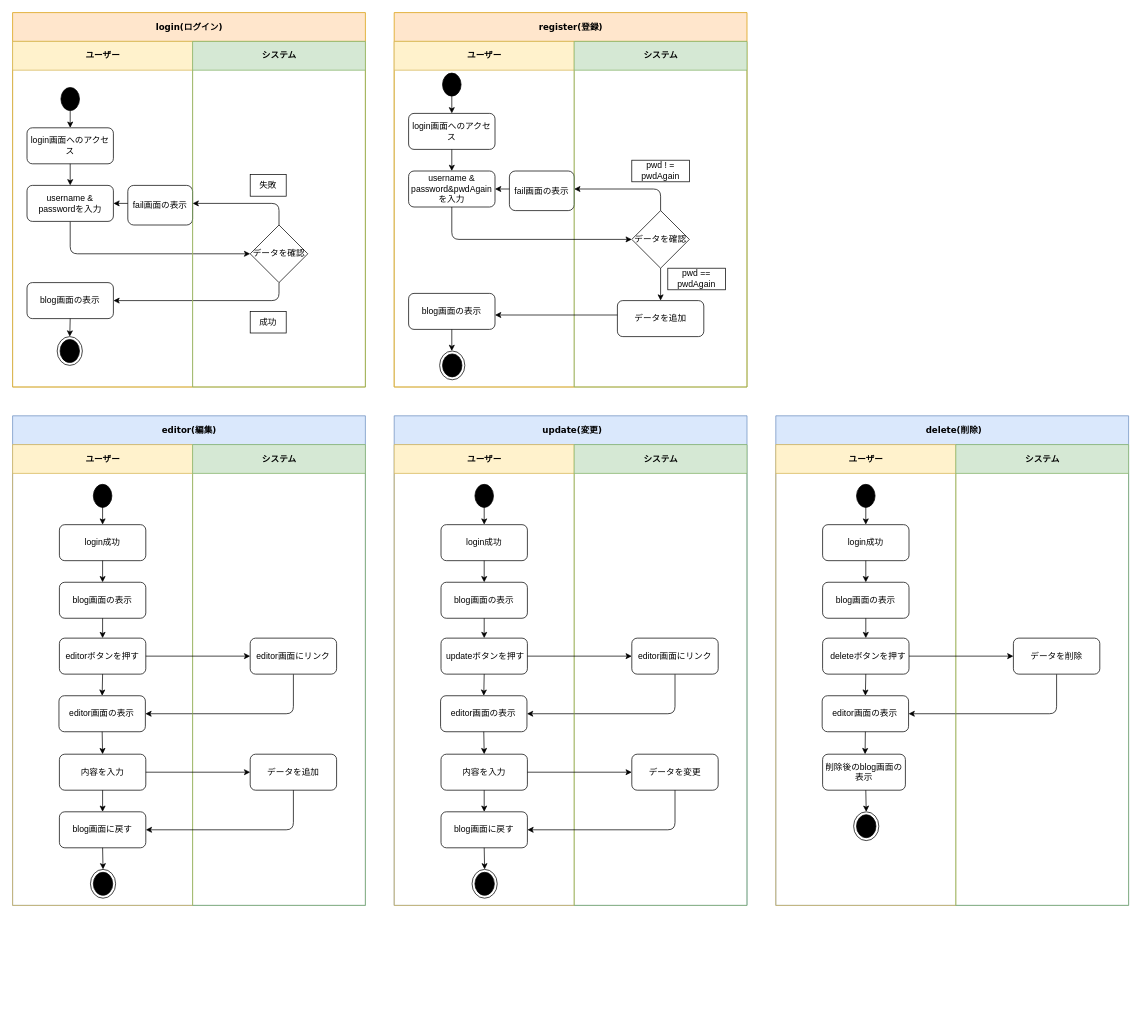
This is page "Page-1" (1 of 2) of activity.drawio from liutianqiltq/liutianqiblog, a draw.io file, before an edit. Source tidied: cells renumbered, new cells numbered last; positions are measured from the earlier drawing's top-left corner, leaving out a move shared by most shapes. Both pictures are drawn from the tidied source at 72%, with x=0, y=0 at pixel (12, 12).
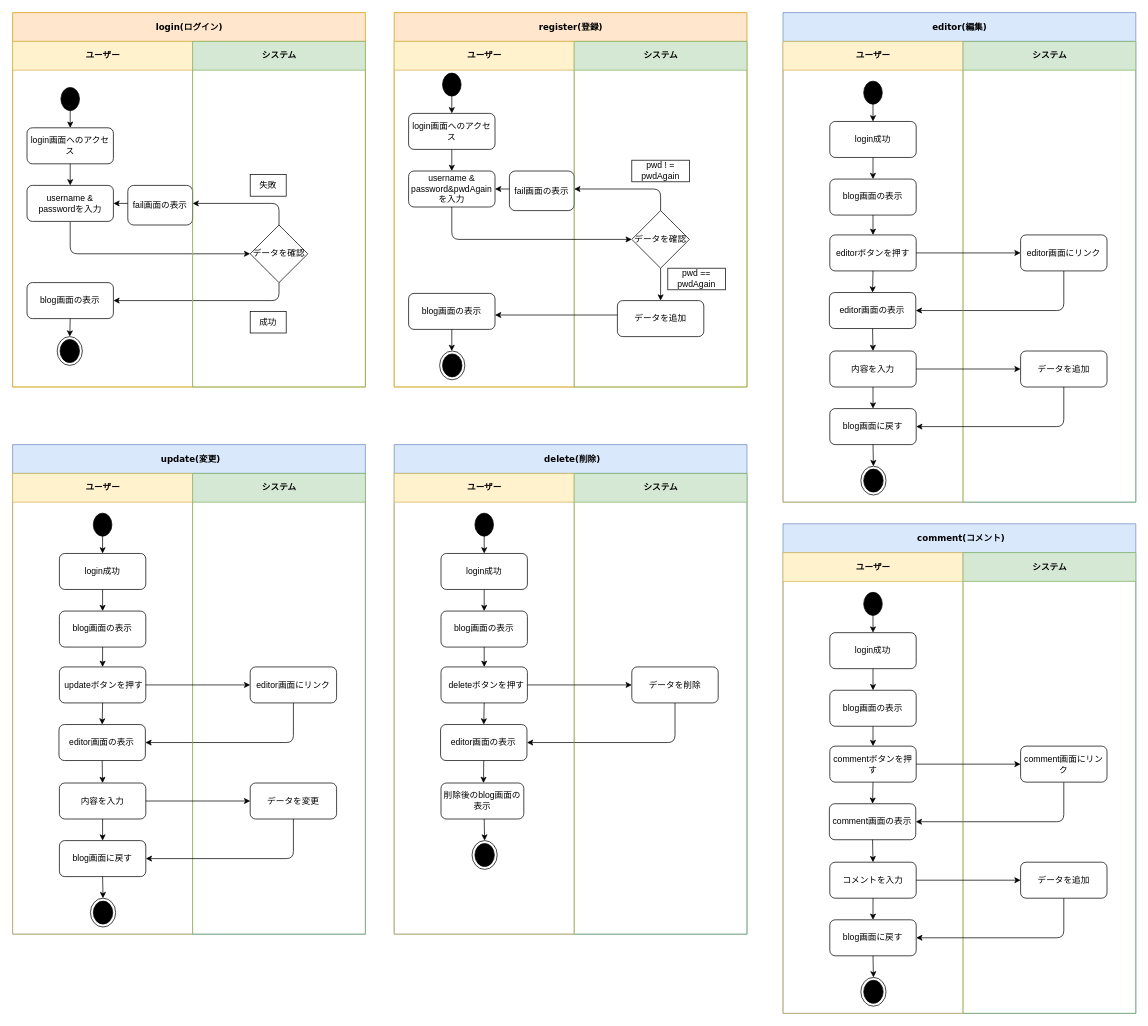
Above is the later version.

Unchanged cells that the change refers to:
```xml
<mxCell id="28" value="editorボタンを押す" style="rounded=1;whiteSpace=wrap;html=1;sketch=0;" parent="22" vertex="1">
  <mxGeometry x="65" y="268.8" width="120" height="50" as="geometry" />
</mxCell>
<mxCell id="33" value="内容を入力" style="rounded=1;whiteSpace=wrap;html=1;sketch=0;" parent="22" vertex="1">
  <mxGeometry x="65" y="430" width="120" height="50" as="geometry" />
</mxCell>
<mxCell id="52" value="&amp;nbsp;updateボタンを押す" style="rounded=1;whiteSpace=wrap;html=1;sketch=0;" parent="46" vertex="1">
  <mxGeometry x="65" y="268.8" width="120" height="50" as="geometry" />
</mxCell>
<mxCell id="57" value="内容を入力" style="rounded=1;whiteSpace=wrap;html=1;sketch=0;" parent="46" vertex="1">
  <mxGeometry x="65" y="430" width="120" height="50" as="geometry" />
</mxCell>
<mxCell id="76" value="&amp;nbsp; deleteボタンを押す" style="rounded=1;whiteSpace=wrap;html=1;sketch=0;" parent="70" vertex="1">
  <mxGeometry x="65" y="268.8" width="120" height="50" as="geometry" />
</mxCell>
```

What changed in the source:
```diff
@@
     <mxCell id="21" value="editor(編集)" style="swimlane;html=1;startSize=40;rounded=0;shadow=0;comic=0;labelBackgroundColor=none;strokeWidth=1;fontFamily=Verdana;fontSize=12;align=center;fillColor=#dae8fc;strokeColor=#6c8ebf;" parent="1" vertex="1">
-      <mxGeometry y="560" width="490" height="680" as="geometry" />
+      <mxGeometry x="1070" width="490" height="680" as="geometry" />
     </mxCell>
@@
     <mxCell id="43" style="endArrow=classic;html=1;rounded=1;sketch=0;strokeColor=#000000;curved=0;exitX=1;exitY=0.5;exitDx=0;exitDy=0;" parent="1" edge="1" source="28">
       <mxGeometry relative="1" as="geometry">
-        <mxPoint x="330" y="893.8" as="targetPoint" />
+        <mxPoint x="1400" y="333.8" as="targetPoint" />
       </mxGeometry>
     </mxCell>
     <mxCell id="44" style="endArrow=classic;html=1;rounded=1;sketch=0;strokeColor=#000000;curved=0;exitX=1;exitY=0.5;exitDx=0;exitDy=0;" parent="1" edge="1" source="33">
       <mxGeometry relative="1" as="geometry">
-        <mxPoint x="330" y="1055" as="targetPoint" />
+        <mxPoint x="1400" y="495" as="targetPoint" />
       </mxGeometry>
     </mxCell>
     <mxCell id="45" value="&amp;nbsp;update(変更)" style="swimlane;html=1;startSize=40;rounded=0;shadow=0;comic=0;labelBackgroundColor=none;strokeWidth=1;fontFamily=Verdana;fontSize=12;align=center;fillColor=#dae8fc;strokeColor=#6c8ebf;" parent="1" vertex="1">
-      <mxGeometry x="530" y="560" width="490" height="680" as="geometry" />
+      <mxGeometry y="600" width="490" height="680" as="geometry" />
     </mxCell>
@@
     <mxCell id="67" style="endArrow=classic;html=1;rounded=1;sketch=0;strokeColor=#000000;curved=0;exitX=1;exitY=0.5;exitDx=0;exitDy=0;" parent="1" edge="1" source="52">
       <mxGeometry relative="1" as="geometry">
-        <mxPoint x="860" y="893.8" as="targetPoint" />
+        <mxPoint x="330" y="933.8" as="targetPoint" />
       </mxGeometry>
     </mxCell>
     <mxCell id="68" style="endArrow=classic;html=1;rounded=1;sketch=0;strokeColor=#000000;curved=0;exitX=1;exitY=0.5;exitDx=0;exitDy=0;" parent="1" edge="1" source="57">
       <mxGeometry relative="1" as="geometry">
-        <mxPoint x="860" y="1055" as="targetPoint" />
+        <mxPoint x="330" y="1095" as="targetPoint" />
       </mxGeometry>
     </mxCell>
     <mxCell id="69" value="&amp;nbsp;delete(削除)" style="swimlane;html=1;startSize=40;rounded=0;shadow=0;comic=0;labelBackgroundColor=none;strokeWidth=1;fontFamily=Verdana;fontSize=12;align=center;fillColor=#dae8fc;strokeColor=#6c8ebf;" parent="1" vertex="1">
-      <mxGeometry x="1060" y="560" width="490" height="680" as="geometry" />
+      <mxGeometry x="530" y="600" width="490" height="680" as="geometry" />
     </mxCell>
@@
     <mxCell id="87" style="endArrow=classic;html=1;rounded=1;sketch=0;strokeColor=#000000;curved=0;exitX=1;exitY=0.5;exitDx=0;exitDy=0;" parent="1" edge="1" source="76">
       <mxGeometry relative="1" as="geometry">
-        <mxPoint x="1390" y="893.8" as="targetPoint" />
+        <mxPoint x="860" y="933.8" as="targetPoint" />
       </mxGeometry>
     </mxCell>
@@
+    <mxCell id="109" value="&amp;nbsp;comment(コメント)" style="swimlane;html=1;startSize=40;rounded=0;shadow=0;comic=0;labelBackgroundColor=none;strokeWidth=1;fontFamily=Verdana;fontSize=12;align=center;fillColor=#dae8fc;strokeColor=#6c8ebf;" parent="1" vertex="1">
+      <mxGeometry x="1070" y="710" width="490" height="680" as="geometry" />
+    </mxCell>
+    <mxCell id="110" value="ユーザー" style="swimlane;html=1;startSize=40;fillColor=#fff2cc;strokeColor=#d6b656;" parent="109" vertex="1">
+      <mxGeometry y="40" width="250" height="640" as="geometry" />
+    </mxCell>
+    <mxCell id="111" value="login成功" style="rounded=1;whiteSpace=wrap;html=1;sketch=0;" parent="110" vertex="1">
+      <mxGeometry x="65" y="111.2" width="120" height="50" as="geometry" />
+    </mxCell>
+    <mxCell id="112" style="ellipse;html=1;shape=startState;fillColor=#000000;strokeColor=#000000;rounded=0;sketch=0;" parent="110" vertex="1">
+      <mxGeometry x="108.1" y="51.2" width="33.8" height="40" as="geometry" />
+    </mxCell>
+    <mxCell id="113" style="endArrow=classic;html=1;rounded=1;sketch=0;strokeColor=#000000;curved=0;" parent="110" edge="1">
+      <mxGeometry relative="1" as="geometry">
+        <mxPoint x="125" y="81.2" as="sourcePoint" />
+        <mxPoint x="125" y="111.2" as="targetPoint" />
+      </mxGeometry>
+    </mxCell>
+    <mxCell id="114" style="endArrow=classic;html=1;rounded=1;sketch=0;strokeColor=#000000;curved=0;exitX=0.5;exitY=1;exitDx=0;exitDy=0;" parent="110" edge="1" source="111">
+      <mxGeometry relative="1" as="geometry">
+        <mxPoint x="125" y="191.2" as="targetPoint" />
+      </mxGeometry>
+    </mxCell>
+    <mxCell id="115" value="blog画面の表示" style="rounded=1;whiteSpace=wrap;html=1;sketch=0;" parent="110" vertex="1">
+      <mxGeometry x="65" y="191.2" width="120" height="50" as="geometry" />
+    </mxCell>
+    <mxCell id="116" value="commentボタンを押す" style="rounded=1;whiteSpace=wrap;html=1;sketch=0;" parent="110" vertex="1">
+      <mxGeometry x="65" y="268.8" width="120" height="50" as="geometry" />
+    </mxCell>
+    <mxCell id="117" style="ellipse;html=1;shape=endState;fillColor=#000000;strokeColor=#000000;rounded=0;sketch=0;" parent="110" vertex="1">
+      <mxGeometry x="108.1" y="590" width="35" height="40" as="geometry" />
+    </mxCell>
+    <mxCell id="118" style="endArrow=classic;html=1;rounded=1;sketch=0;strokeColor=#000000;curved=0;exitX=0.5;exitY=1;exitDx=0;exitDy=0;entryX=0.5;entryY=0;entryDx=0;entryDy=0;" parent="110" edge="1" source="115" target="116">
+      <mxGeometry relative="1" as="geometry" />
+    </mxCell>
+    <mxCell id="119" value="comment画面の表示" style="rounded=1;whiteSpace=wrap;html=1;sketch=0;" parent="110" vertex="1">
+      <mxGeometry x="64.4" y="348.8" width="120" height="50" as="geometry" />
+    </mxCell>
+    <mxCell id="120" style="endArrow=classic;html=1;rounded=1;sketch=0;strokeColor=#000000;curved=0;exitX=0.5;exitY=1;exitDx=0;exitDy=0;entryX=0.5;entryY=0;entryDx=0;entryDy=0;" parent="110" edge="1" source="116" target="119">
+      <mxGeometry relative="1" as="geometry" />
+    </mxCell>
+    <mxCell id="121" value="コメントを入力" style="rounded=1;whiteSpace=wrap;html=1;sketch=0;" parent="110" vertex="1">
+      <mxGeometry x="65" y="430" width="120" height="50" as="geometry" />
+    </mxCell>
+    <mxCell id="122" style="endArrow=classic;html=1;rounded=1;sketch=0;strokeColor=#000000;curved=0;exitX=0.5;exitY=1;exitDx=0;exitDy=0;entryX=0.5;entryY=0;entryDx=0;entryDy=0;" parent="110" edge="1" source="119" target="121">
+      <mxGeometry relative="1" as="geometry" />
+    </mxCell>
+    <mxCell id="123" value="blog画面に戻す" style="rounded=1;whiteSpace=wrap;html=1;sketch=0;" parent="110" vertex="1">
+      <mxGeometry x="65" y="510" width="120" height="50" as="geometry" />
+    </mxCell>
+    <mxCell id="124" style="endArrow=classic;html=1;rounded=1;sketch=0;strokeColor=#000000;curved=0;exitX=0.5;exitY=1;exitDx=0;exitDy=0;entryX=0.5;entryY=0;entryDx=0;entryDy=0;" parent="110" edge="1" source="121" target="123">
+      <mxGeometry relative="1" as="geometry" />
+    </mxCell>
+    <mxCell id="125" style="endArrow=classic;html=1;rounded=1;sketch=0;strokeColor=#000000;curved=0;exitX=0.5;exitY=1;exitDx=0;exitDy=0;entryX=0.5;entryY=0;entryDx=0;entryDy=0;" parent="110" edge="1" source="123" target="117">
+      <mxGeometry relative="1" as="geometry" />
+    </mxCell>
+    <mxCell id="126" style="endArrow=classic;html=1;rounded=1;sketch=0;strokeColor=#000000;curved=0;exitX=0.5;exitY=1;exitDx=0;exitDy=0;entryX=1;entryY=0.5;entryDx=0;entryDy=0;" parent="109" edge="1" source="128" target="119">
+      <mxGeometry relative="1" as="geometry">
+        <Array as="points">
+          <mxPoint x="390" y="413.8" />
+        </Array>
+      </mxGeometry>
+    </mxCell>
+    <mxCell id="127" value="システム" style="swimlane;html=1;startSize=40;fillColor=#d5e8d4;strokeColor=#82b366;" parent="109" vertex="1">
+      <mxGeometry x="250" y="40" width="240" height="640" as="geometry" />
+    </mxCell>
+    <mxCell id="128" value="comment画面にリンク" style="rounded=1;whiteSpace=wrap;html=1;sketch=0;" parent="127" vertex="1">
+      <mxGeometry x="80" y="268.8" width="120" height="50" as="geometry" />
+    </mxCell>
+    <mxCell id="129" value="データを追加" style="rounded=1;whiteSpace=wrap;html=1;sketch=0;" parent="127" vertex="1">
+      <mxGeometry x="80" y="430" width="120" height="50" as="geometry" />
+    </mxCell>
+    <mxCell id="130" style="endArrow=classic;html=1;rounded=1;sketch=0;strokeColor=#000000;curved=0;exitX=0.5;exitY=1;exitDx=0;exitDy=0;entryX=1;entryY=0.5;entryDx=0;entryDy=0;" parent="109" edge="1" source="129" target="123">
+      <mxGeometry relative="1" as="geometry">
+        <Array as="points">
+          <mxPoint x="390" y="575" />
+        </Array>
+      </mxGeometry>
+    </mxCell>
+    <mxCell id="131" style="endArrow=classic;html=1;rounded=1;sketch=0;strokeColor=#000000;curved=0;exitX=1;exitY=0.5;exitDx=0;exitDy=0;" parent="1" edge="1" source="116">
+      <mxGeometry relative="1" as="geometry">
+        <mxPoint x="1400" y="1043.8" as="targetPoint" />
+      </mxGeometry>
+    </mxCell>
+    <mxCell id="132" style="endArrow=classic;html=1;rounded=1;sketch=0;strokeColor=#000000;curved=0;exitX=1;exitY=0.5;exitDx=0;exitDy=0;" parent="1" edge="1" source="121">
+      <mxGeometry relative="1" as="geometry">
+        <mxPoint x="1400" y="1205" as="targetPoint" />
+      </mxGeometry>
+    </mxCell>
```
